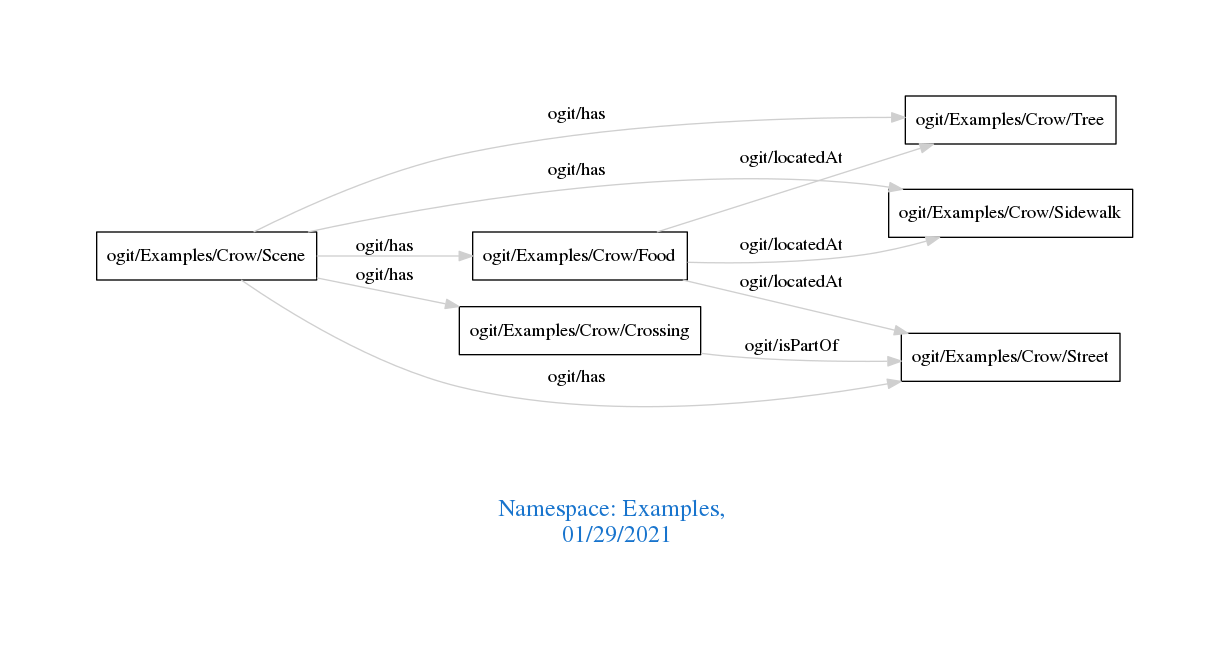
arago/OGIT keeps this Graphviz diagram as downloads/Examples.png. Above is the earlier version. Its source is kept beside it as downloads/Examples.dot.
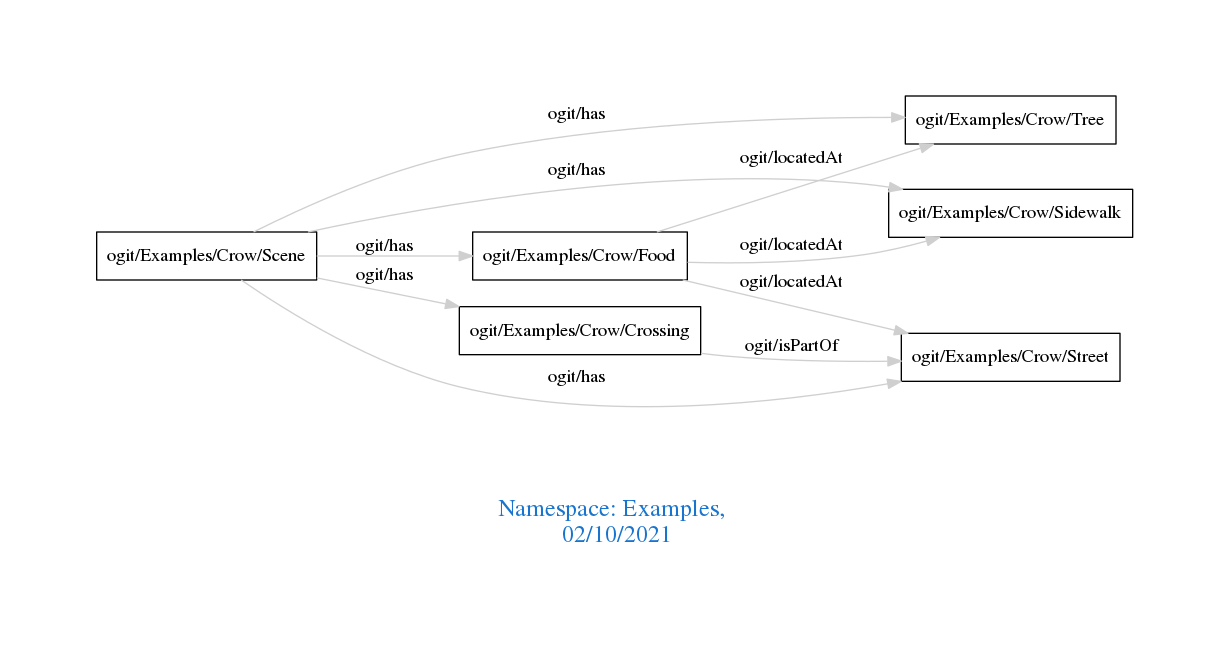
Later version of the same file.

Diff of the diagram source:
```diff
@@ -1,7 +1,7 @@
 digraph OGIT_ontology {
  graph [ rankdir= LR,pad=1
 fontsize = 18,
-fontcolor= dodgerblue3,label = "\n\n\nNamespace: Examples, \n 01/29/2021"];
+fontcolor= dodgerblue3,label = "\n\n\nNamespace: Examples, \n 02/10/2021"];
 node[shape=polygon];
 edge [  color="gray81"];
 
```
